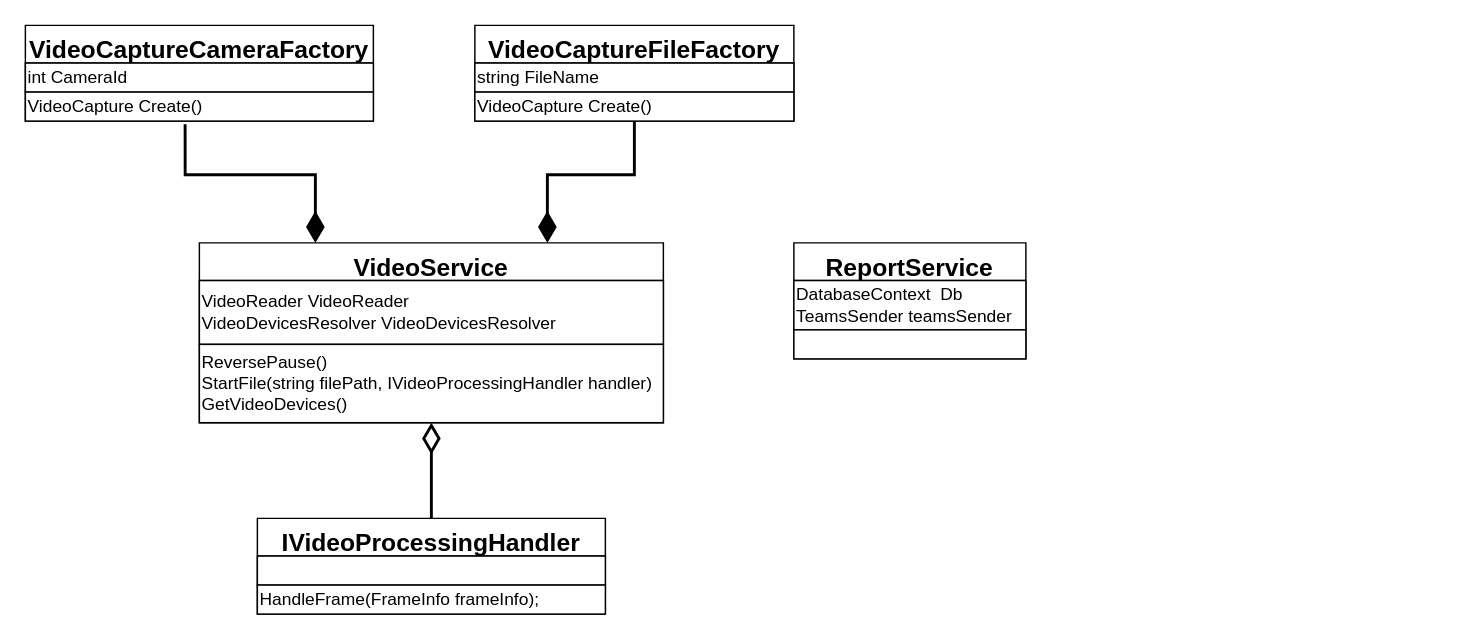
Earlier version of the draw.io diagram page "Services" (5 of 11) of Engineering/Packets-detailed.drawio (GoldGreen/Skeletonization). Source tidied: cells renumbered, new cells numbered last; positions are measured from the earlier drawing's top-left corner, leaving out a move shared by most shapes. Both pictures are drawn from the tidied source at 145%, with x=0, y=0 at pixel (25, 25).
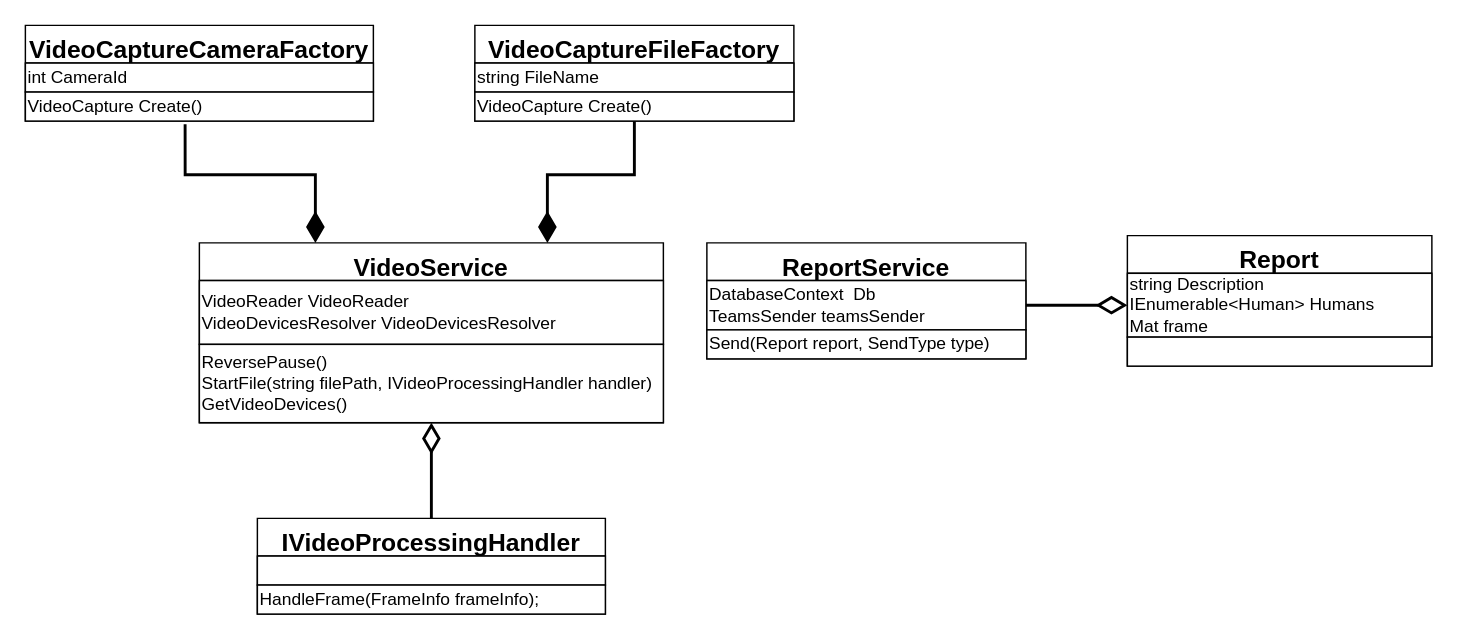
The same diagram, later.

What changed in the source:
```diff
@@
     <mxCell id="17" value="ReportService" style="swimlane;fontStyle=1;align=center;verticalAlign=top;horizontal=1;startSize=26;fontSize=17;" parent="1" vertex="1">
-      <mxGeometry x="530" y="150" width="160" height="80" as="geometry" />
+      <mxGeometry x="470" y="150" width="220" height="80" as="geometry" />
     </mxCell>
     <mxCell id="18" value="DatabaseContext&amp;nbsp; Db&lt;br&gt;TeamsSender teamsSender" style="rounded=0;whiteSpace=wrap;html=1;fontFamily=Helvetica;fontSize=12;fontColor=default;startSize=26;strokeColor=default;fillColor=default;align=left;" parent="17" vertex="1">
-      <mxGeometry y="26" width="160" height="34" as="geometry" />
+      <mxGeometry y="26" width="220" height="34" as="geometry" />
     </mxCell>
-    <mxCell id="19" style="rounded=0;whiteSpace=wrap;html=1;fontFamily=Helvetica;fontSize=12;fontColor=default;startSize=26;strokeColor=default;fillColor=default;align=left;" parent="17" vertex="1">
-      <mxGeometry y="60" width="160" height="20" as="geometry" />
+    <mxCell id="19" value="Send(Report report, SendType type)" style="rounded=0;whiteSpace=wrap;html=1;fontFamily=Helvetica;fontSize=12;fontColor=default;startSize=26;strokeColor=default;fillColor=default;align=left;" parent="17" vertex="1">
+      <mxGeometry y="60" width="220" height="20" as="geometry" />
     </mxCell>
+    <mxCell id="20" value="Report" style="swimlane;fontStyle=1;align=center;verticalAlign=top;horizontal=1;startSize=26;fontSize=17;" parent="1" vertex="1">
+      <mxGeometry x="760" y="145" width="210" height="90" as="geometry" />
+    </mxCell>
+    <mxCell id="21" value="string Description&lt;br&gt;IEnumerable&amp;lt;Human&amp;gt; Humans&lt;br&gt;Mat frame" style="rounded=0;whiteSpace=wrap;html=1;fontFamily=Helvetica;fontSize=12;fontColor=default;startSize=26;strokeColor=default;fillColor=default;align=left;" parent="20" vertex="1">
+      <mxGeometry y="26" width="210" height="44" as="geometry" />
+    </mxCell>
+    <mxCell id="22" style="rounded=0;whiteSpace=wrap;html=1;fontFamily=Helvetica;fontSize=12;fontColor=default;startSize=26;strokeColor=default;fillColor=default;align=left;" parent="20" vertex="1">
+      <mxGeometry y="70" width="210" height="20" as="geometry" />
+    </mxCell>
+    <mxCell id="23" value=" " style="edgeStyle=orthogonalEdgeStyle;rounded=0;jettySize=auto;html=1;exitX=0;exitY=0.5;exitDx=0;exitDy=0;entryX=1;entryY=0.5;entryDx=0;entryDy=0;fontSize=17;endArrow=none;endFill=0;startSize=16;endSize=14;strokeWidth=2;startArrow=diamondThin;startFill=0;" parent="1" edge="1" source="21" target="18">
+      <mxGeometry relative="1" as="geometry" />
+    </mxCell>
```
